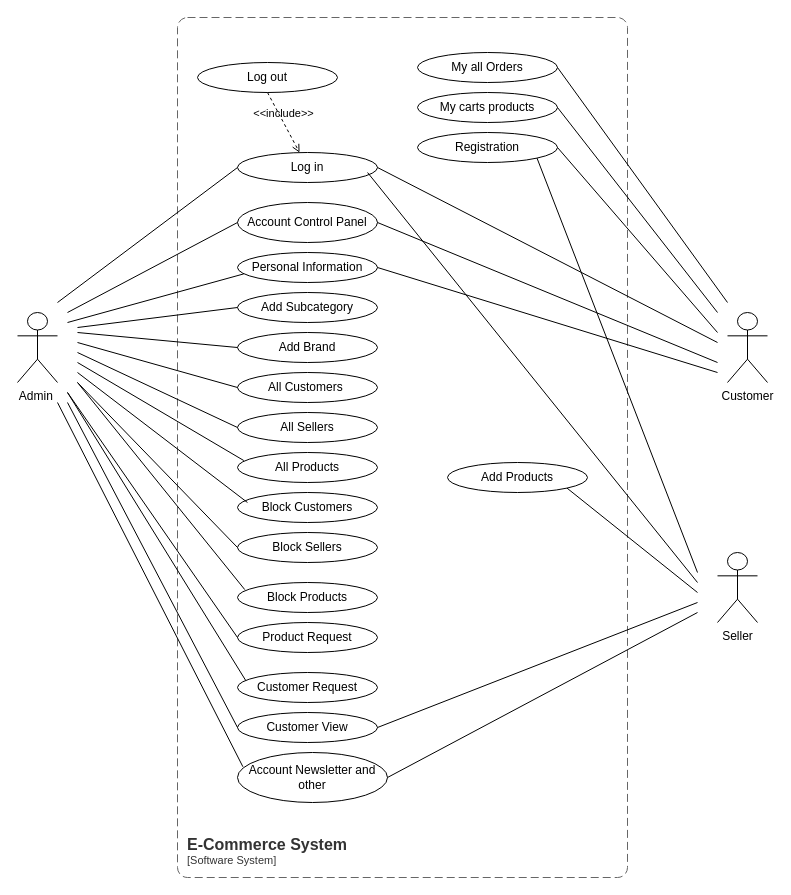
Nasrinjaha/Click-Collect keeps this draw.io diagram as Use Case Diagram.drawio. Above is the earlier version. Source tidied: cells renumbered, new cells numbered last; positions are measured from the earlier drawing's top-left corner, leaving out a move shared by most shapes. Both pictures are drawn from the tidied source at 100%, with x=0, y=0 at pixel (17, 17).
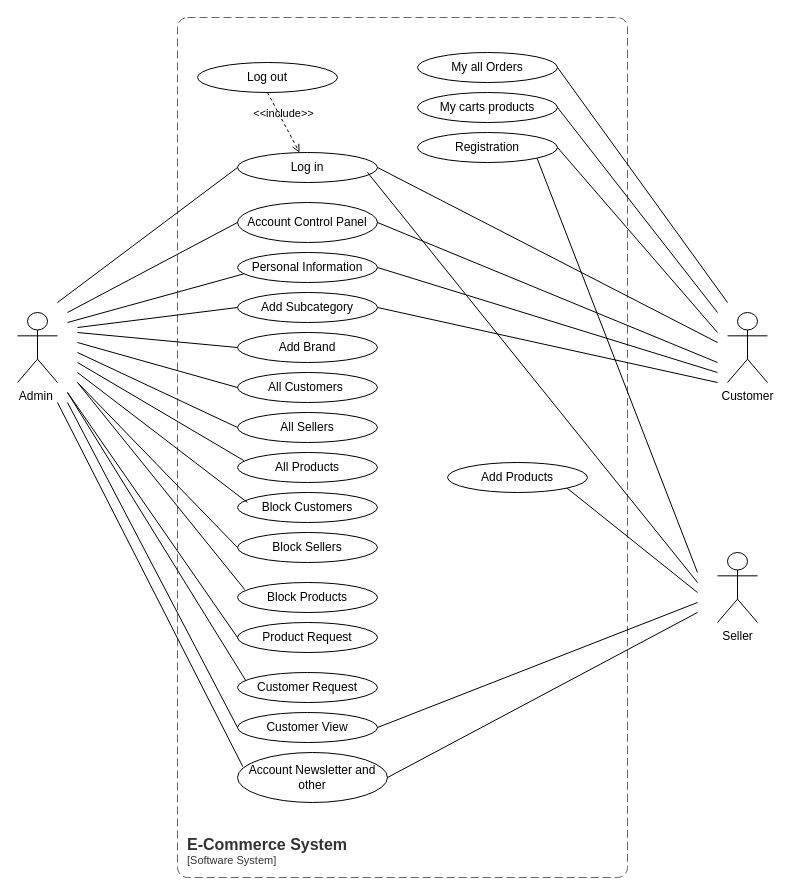
Above is the later version.

Unchanged cells that the change refers to:
```xml
<mxCell id="7" value="Add Subcategory" style="ellipse;whiteSpace=wrap;html=1;" parent="1" vertex="1">
  <mxGeometry x="220" y="275" width="140" height="30" as="geometry" />
</mxCell>
```

Change to the diagram source:
```diff
@@
+    <mxCell id="53" style="edgeStyle=none;html=1;endArrow=none;verticalAlign=bottom;rounded=0;exitX=1;exitY=0.5;exitDx=0;exitDy=0;" parent="1" edge="1" source="7">
+      <mxGeometry relative="1" as="geometry">
+        <mxPoint x="700" y="365" as="targetPoint" />
+      </mxGeometry>
+    </mxCell>
```
